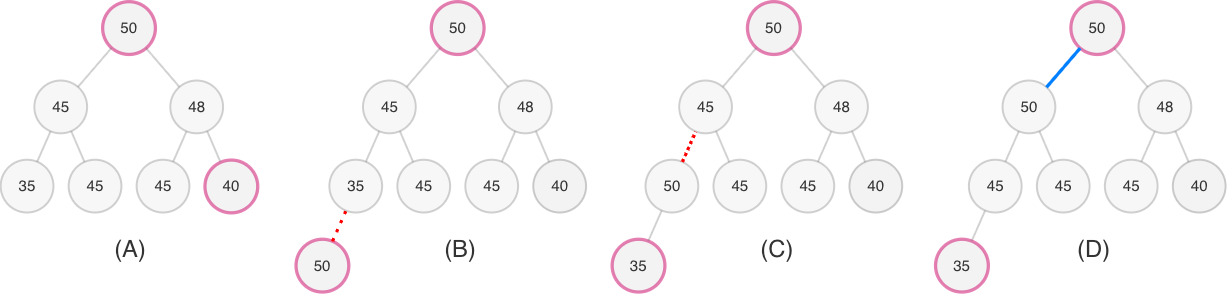
Above: pqueue/pqueue_insertion.png in lgreco/images (draw.io), before the change. Source tidied: cells renumbered, new cells last; positions are measured from the earlier drawing's top-left corner, leaving out a move shared by most shapes.
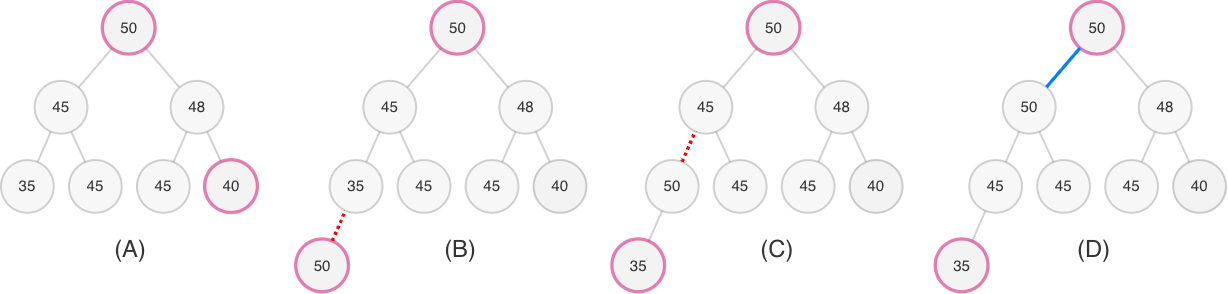
The same file after the commit.

Change to the diagram source:
```diff
@@ -59,7 +59,7 @@
     <mxCell id="20" value="50" style="ellipse;whiteSpace=wrap;html=1;fillColor=#E6E6E6;strokeColor=#CC0066;fontColor=#333333;strokeWidth=5;opacity=50;fontSize=23;" parent="1" vertex="1">
       <mxGeometry x="447" y="360" width="80" height="80" as="geometry" />
     </mxCell>
-    <mxCell id="21" style="endArrow=none;html=1;rounded=0;strokeWidth=5;strokeColor=#FF0000;fontSize=23;fontColor=#333333;dashed=1;dashPattern=1 2;" parent="1" edge="1" source="20" target="26">
+    <mxCell id="21" style="endArrow=none;html=1;rounded=0;strokeWidth=5;strokeColor=#FF0000;fontSize=23;fontColor=#333333;dashed=1;dashPattern=1 1;" parent="1" edge="1" source="20" target="26">
       <mxGeometry relative="1" as="geometry" />
     </mxCell>
     <mxCell id="22" style="group;" parent="1" vertex="1">
```
